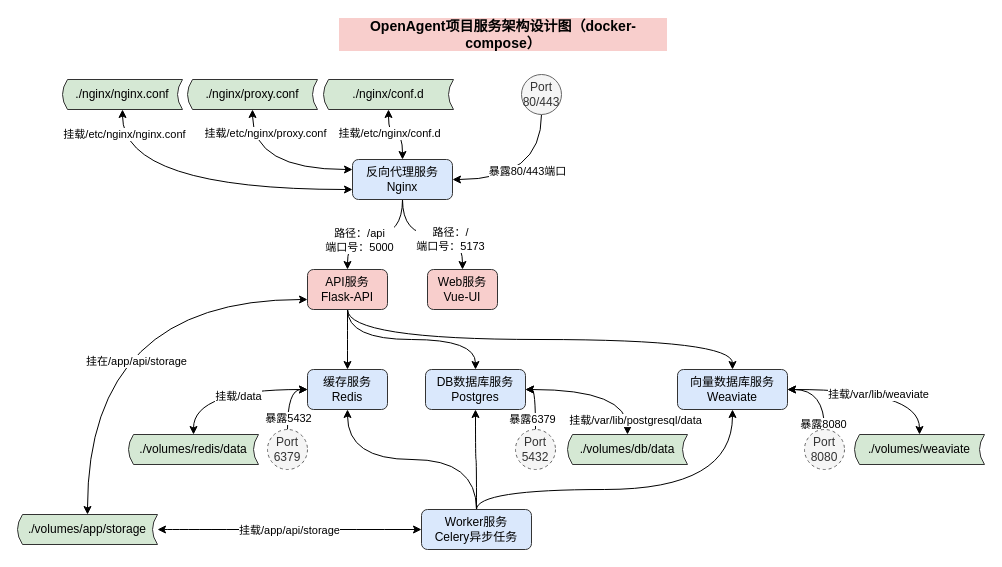
Earlier version of the draw.io diagram docker/docker-compose.drawio (NILL-HUB/yuxin-ai). Source tidied: cells renumbered, new cells numbered last; positions are measured from the earlier drawing's top-left corner, leaving out a move shared by most shapes. Both pictures are drawn from the tidied source at 100%, with x=0, y=0 at pixel (17, 19).
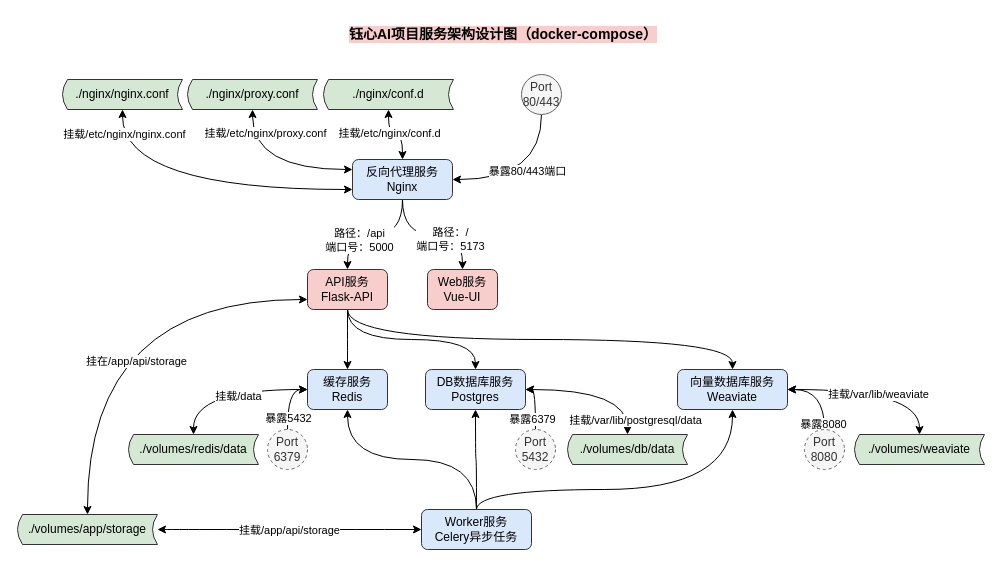
The same diagram, later.

What changed in the source:
```diff
@@
-    <mxCell id="2" value="OpenAgent项目服务架构设计图（docker-compose）" style="text;html=1;align=center;verticalAlign=middle;whiteSpace=wrap;rounded=0;fontStyle=1;labelBackgroundColor=light-dark(#f8cecc, #ededed);fontSize=14;" parent="1" vertex="1">
+    <mxCell id="2" value="钰心AI项目服务架构设计图（docker-compose）" style="text;html=1;align=center;verticalAlign=middle;whiteSpace=wrap;rounded=0;fontStyle=1;labelBackgroundColor=light-dark(#f8cecc, #ededed);fontSize=14;" parent="1" vertex="1">
       <mxGeometry x="320.5" width="330" height="30" as="geometry" />
     </mxCell>
```
